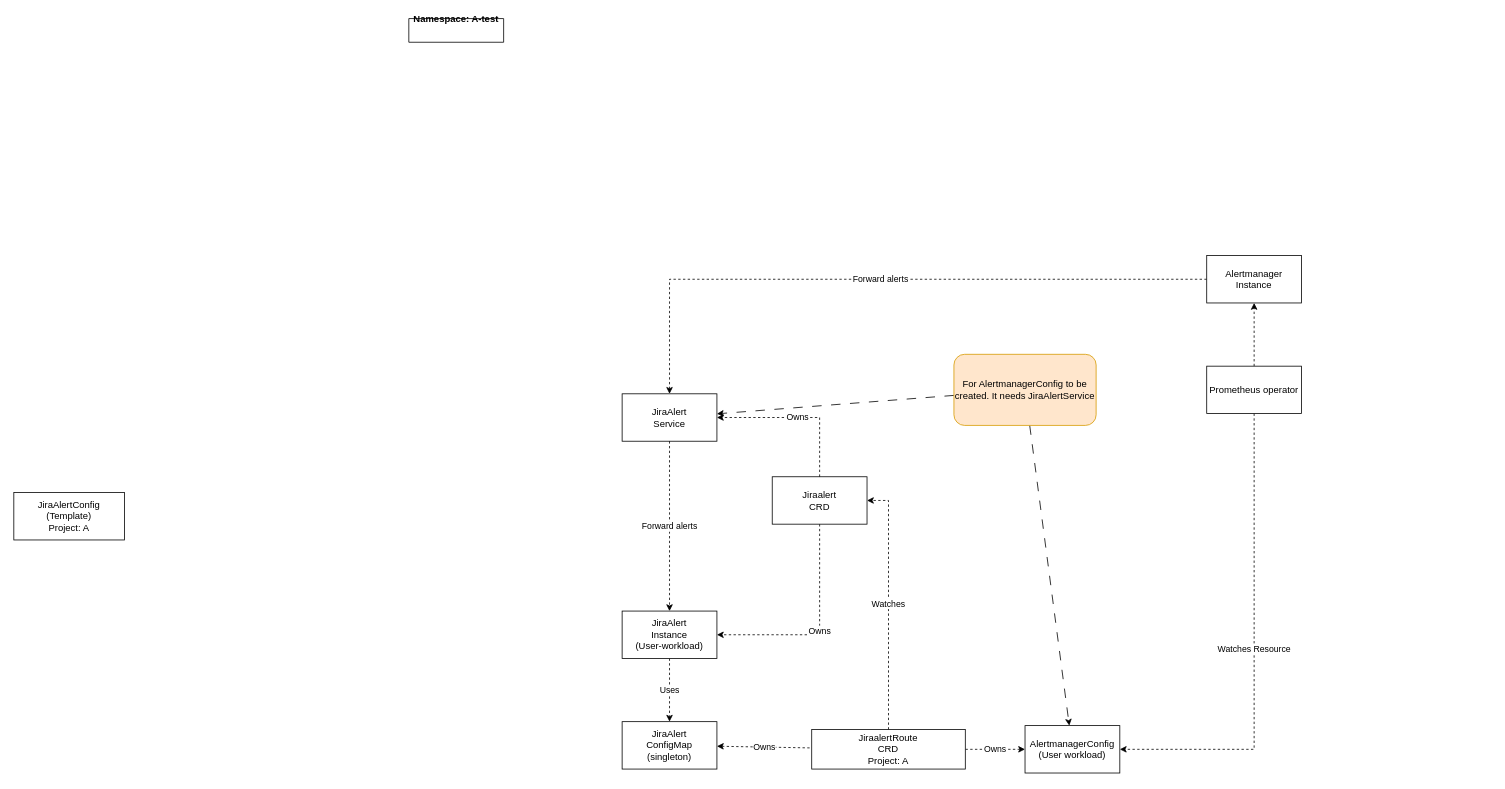
This is Namnlöst diagram.drawio from crikke/crikke, a draw.io file, before an edit. Source tidied: cells renumbered, new cells numbered last; positions are measured from the earlier drawing's top-left corner, leaving out a move shared by most shapes. Both pictures are drawn from the tidied source at 79%, with x=0, y=0 at pixel (13, 18).
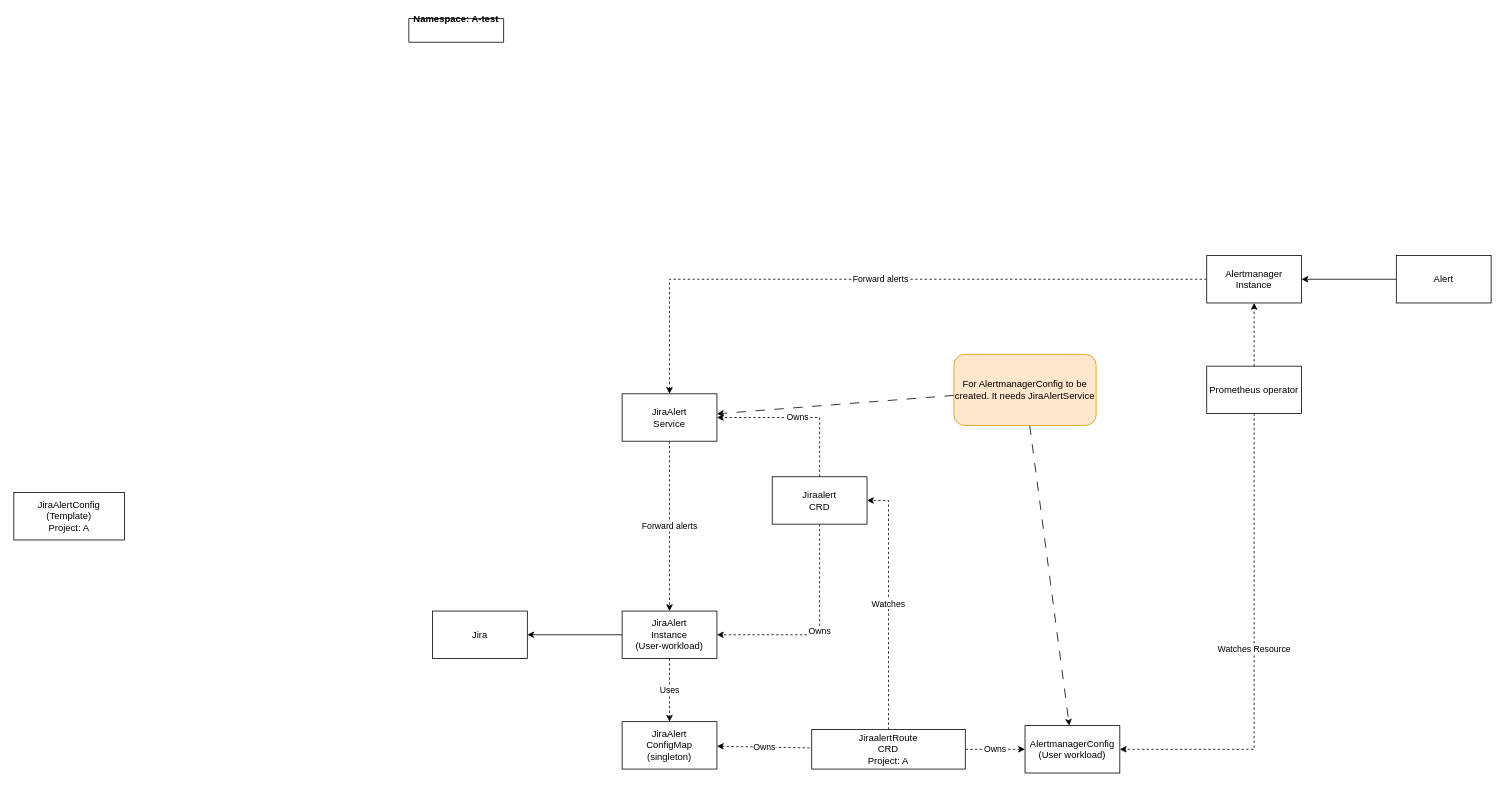
The same diagram, later.

The change refers to these unchanged cells:
```xml
<mxCell id="3" value="JiraAlert&lt;br&gt;Instance&lt;br&gt;(User-workload)" style="rounded=0;whiteSpace=wrap;html=1;" parent="1" vertex="1">
  <mxGeometry x="770" y="750" width="120" height="60" as="geometry" />
</mxCell>
<mxCell id="17" value="Alertmanager&lt;br&gt;Instance" style="rounded=0;whiteSpace=wrap;html=1;" parent="1" vertex="1">
  <mxGeometry x="1510" y="300" width="120" height="60" as="geometry" />
</mxCell>
```

What changed in the source:
```diff
@@
+    <mxCell id="26" style="edgeStyle=orthogonalEdgeStyle;rounded=0;jettySize=auto;html=1;" parent="1" edge="1" source="3" target="27">
+      <mxGeometry relative="1" as="geometry" />
+    </mxCell>
@@
+    <mxCell id="27" value="Jira" style="rounded=0;whiteSpace=wrap;html=1;" parent="1" vertex="1">
+      <mxGeometry x="530" y="750" width="120" height="60" as="geometry" />
+    </mxCell>
+    <mxCell id="28" style="edgeStyle=orthogonalEdgeStyle;rounded=0;jettySize=auto;html=1;" parent="1" edge="1" source="29" target="17">
+      <mxGeometry relative="1" as="geometry" />
+    </mxCell>
+    <mxCell id="29" value="Alert" style="rounded=0;whiteSpace=wrap;html=1;" parent="1" vertex="1">
+      <mxGeometry x="1750" y="300" width="120" height="60" as="geometry" />
+    </mxCell>
```
